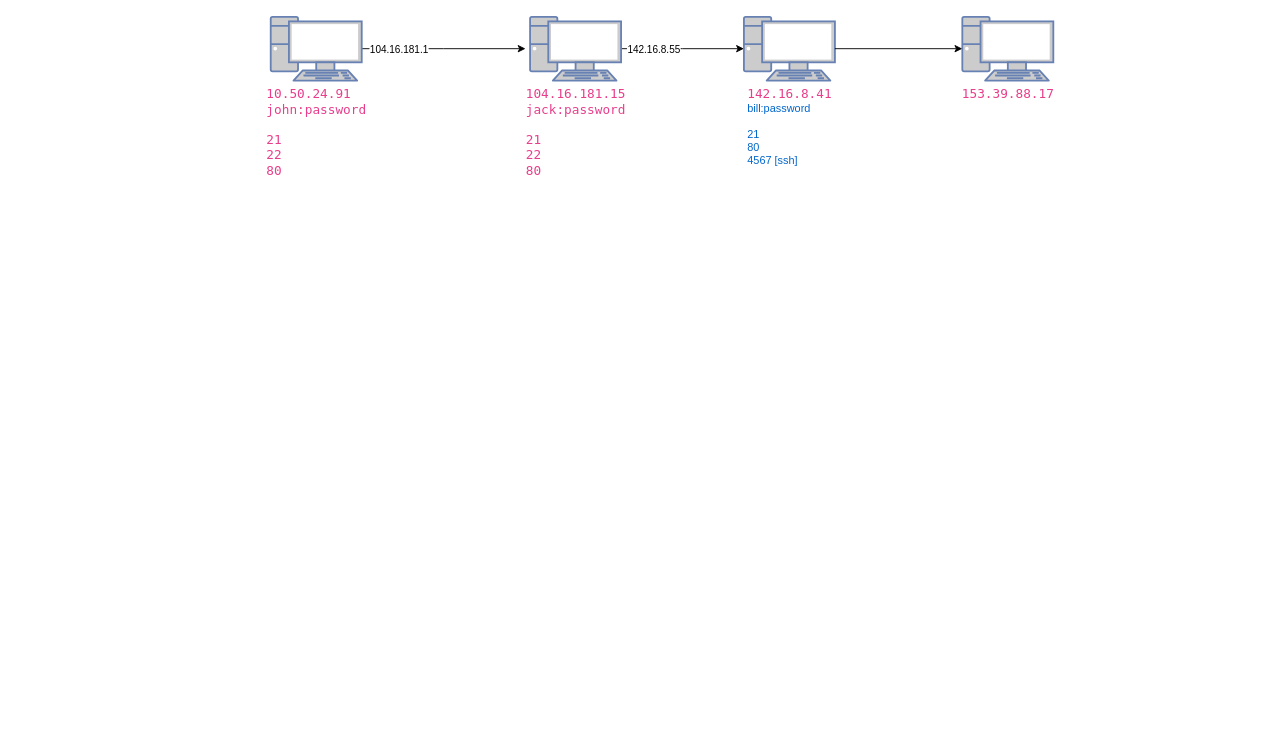
The draw.io diagram CCTC/NET/Untitled Diagram.drawio in wifi96h/new, before the edit. Source tidied: cells renumbered, new cells numbered last; positions are measured from the earlier drawing's top-left corner, leaving out a move shared by most shapes. Both pictures are drawn from the tidied source at 91%, with x=0, y=0 at pixel (270, 16).
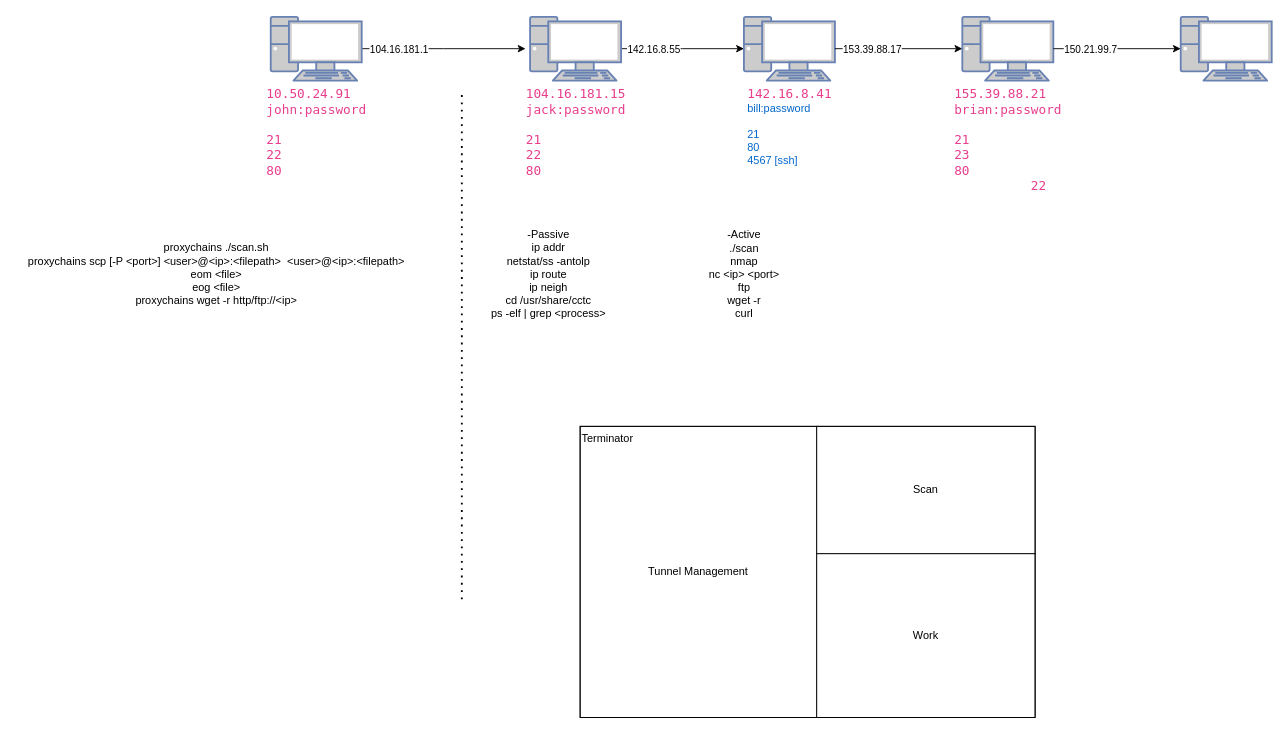
After the change.

Unchanged cells that the change refers to:
```xml
<mxCell id="10" style="edgeStyle=orthogonalEdgeStyle;rounded=0;jettySize=auto;html=1;exitX=1;exitY=0.5;exitDx=0;exitDy=0;exitPerimeter=0;entryX=0;entryY=0.5;entryDx=0;entryDy=0;entryPerimeter=0;" parent="1" edge="1" source="8" target="9">
  <mxGeometry relative="1" as="geometry" />
</mxCell>
```

Diff of the diagram source:
```diff
@@
-    <mxCell id="9" value="&lt;div style=&quot;text-align: start;&quot;&gt;&lt;font face=&quot;SFMono-Regular, Menlo, Monaco, Consolas, Liberation Mono, Courier New, monospace&quot; color=&quot;#e83e8c&quot;&gt;&lt;span style=&quot;font-size: 14px; text-wrap: wrap;&quot;&gt;153.39.88.17&lt;/span&gt;&lt;/font&gt;&lt;/div&gt;" style="fontColor=#0066CC;verticalAlign=top;verticalLabelPosition=bottom;labelPosition=center;align=center;html=1;outlineConnect=0;fillColor=#CCCCCC;strokeColor=#6881B3;gradientColor=none;gradientDirection=north;strokeWidth=2;shape=mxgraph.networks.pc;" parent="1" vertex="1">
+    <mxCell id="9" value="&lt;div style=&quot;text-align: start;&quot;&gt;&lt;font face=&quot;SFMono-Regular, Menlo, Monaco, Consolas, Liberation Mono, Courier New, monospace&quot; color=&quot;#e83e8c&quot;&gt;&lt;span style=&quot;font-size: 14px; text-wrap: wrap;&quot;&gt;155.39.88.21&lt;/span&gt;&lt;/font&gt;&lt;/div&gt;&lt;div style=&quot;text-align: start;&quot;&gt;&lt;font face=&quot;SFMono-Regular, Menlo, Monaco, Consolas, Liberation Mono, Courier New, monospace&quot; color=&quot;#e83e8c&quot;&gt;&lt;span style=&quot;font-size: 14px; text-wrap: wrap;&quot;&gt;brian:password&lt;/span&gt;&lt;/font&gt;&lt;/div&gt;&lt;div style=&quot;text-align: start;&quot;&gt;&lt;font face=&quot;SFMono-Regular, Menlo, Monaco, Consolas, Liberation Mono, Courier New, monospace&quot; color=&quot;#e83e8c&quot;&gt;&lt;span style=&quot;font-size: 14px; text-wrap: wrap;&quot;&gt;&lt;br&gt;&lt;/span&gt;&lt;/font&gt;&lt;/div&gt;&lt;div style=&quot;text-align: start;&quot;&gt;&lt;font face=&quot;SFMono-Regular, Menlo, Monaco, Consolas, Liberation Mono, Courier New, monospace&quot; color=&quot;#e83e8c&quot;&gt;&lt;span style=&quot;font-size: 14px; text-wrap: wrap;&quot;&gt;21&lt;/span&gt;&lt;/font&gt;&lt;/div&gt;&lt;div style=&quot;text-align: start;&quot;&gt;&lt;font face=&quot;SFMono-Regular, Menlo, Monaco, Consolas, Liberation Mono, Courier New, monospace&quot; color=&quot;#e83e8c&quot;&gt;&lt;span style=&quot;font-size: 14px; text-wrap: wrap;&quot;&gt;23&lt;/span&gt;&lt;/font&gt;&lt;/div&gt;&lt;div style=&quot;text-align: start;&quot;&gt;&lt;font face=&quot;SFMono-Regular, Menlo, Monaco, Consolas, Liberation Mono, Courier New, monospace&quot; color=&quot;#e83e8c&quot;&gt;&lt;span style=&quot;font-size: 14px; text-wrap: wrap;&quot;&gt;80&lt;/span&gt;&lt;/font&gt;&lt;/div&gt;&lt;div style=&quot;text-align: start;&quot;&gt;&lt;font face=&quot;SFMono-Regular, Menlo, Monaco, Consolas, Liberation Mono, Courier New, monospace&quot; color=&quot;#e83e8c&quot;&gt;&lt;span style=&quot;font-size: 14px; text-wrap: wrap;&quot;&gt;&amp;nbsp; &amp;nbsp; &amp;nbsp; &amp;nbsp; &amp;nbsp; 22&lt;/span&gt;&lt;/font&gt;&lt;/div&gt;" style="fontColor=#0066CC;verticalAlign=top;verticalLabelPosition=bottom;labelPosition=center;align=center;html=1;outlineConnect=0;fillColor=#CCCCCC;strokeColor=#6881B3;gradientColor=none;gradientDirection=north;strokeWidth=2;shape=mxgraph.networks.pc;" parent="1" vertex="1">
       <mxGeometry x="760" width="100" height="70" as="geometry" />
     </mxCell>
@@
+    <mxCell id="11" value="153.39.88.17" style="edgeLabel;html=1;align=center;verticalAlign=middle;" parent="10" vertex="1">
+      <mxGeometry x="-0.8" y="-1" relative="1" as="geometry">
+        <mxPoint x="26" y="-1" as="offset" />
+      </mxGeometry>
+    </mxCell>
+    <mxCell id="12" value="proxychains ./scan.sh&lt;div&gt;proxychains scp [-P &amp;lt;port&amp;gt;] &amp;lt;user&amp;gt;@&amp;lt;ip&amp;gt;:&amp;lt;filepath&amp;gt;&amp;nbsp; &amp;lt;user&amp;gt;@&amp;lt;ip&amp;gt;:&amp;lt;filepath&amp;gt;&lt;/div&gt;&lt;div&gt;eom &amp;lt;file&amp;gt;&lt;/div&gt;&lt;div&gt;eog &amp;lt;file&amp;gt;&lt;/div&gt;&lt;div&gt;proxychains wget -r http/ftp://&amp;lt;ip&amp;gt;&lt;/div&gt;&lt;div&gt;&lt;br&gt;&lt;/div&gt;" style="text;html=1;align=center;verticalAlign=middle;strokeColor=none;fillColor=none;" parent="1" vertex="1">
+      <mxGeometry x="-280" y="240" width="440" height="100" as="geometry" />
+    </mxCell>
+    <mxCell id="13" style="endArrow=none;dashed=1;html=1;dashPattern=1 3;strokeWidth=2;rounded=0;" parent="1" edge="1">
+      <mxGeometry relative="1" as="geometry">
+        <mxPoint x="210" y="640" as="sourcePoint" />
+        <mxPoint x="210" y="80" as="targetPoint" />
+      </mxGeometry>
+    </mxCell>
+    <mxCell id="14" value="-Passive&lt;div&gt;ip addr&lt;/div&gt;&lt;div&gt;netstat/ss -antolp&lt;/div&gt;&lt;div&gt;ip route&lt;/div&gt;&lt;div&gt;ip neigh&lt;/div&gt;&lt;div&gt;cd /usr/share/cctc&lt;/div&gt;&lt;div&gt;ps -elf | grep &amp;lt;process&amp;gt;&lt;/div&gt;&lt;div&gt;&lt;br&gt;&lt;/div&gt;" style="text;html=1;align=center;verticalAlign=middle;strokeColor=none;fillColor=none;" parent="1" vertex="1">
+      <mxGeometry x="230" y="225" width="150" height="130" as="geometry" />
+    </mxCell>
+    <mxCell id="15" value="-Active&lt;div&gt;./scan&lt;/div&gt;&lt;div&gt;nmap&lt;/div&gt;&lt;div&gt;nc &amp;lt;ip&amp;gt; &amp;lt;port&amp;gt;&lt;/div&gt;&lt;div&gt;ftp&lt;/div&gt;&lt;div&gt;wget -r&lt;/div&gt;&lt;div&gt;curl&lt;/div&gt;" style="text;html=1;align=center;verticalAlign=middle;strokeColor=none;fillColor=none;" parent="1" vertex="1">
+      <mxGeometry x="470" y="228" width="100" height="110" as="geometry" />
+    </mxCell>
+    <mxCell id="16" value="&lt;div style=&quot;text-align: start;&quot;&gt;&lt;br&gt;&lt;/div&gt;" style="fontColor=#0066CC;verticalAlign=top;verticalLabelPosition=bottom;labelPosition=center;align=center;html=1;outlineConnect=0;fillColor=#CCCCCC;strokeColor=#6881B3;gradientColor=none;gradientDirection=north;strokeWidth=2;shape=mxgraph.networks.pc;" parent="1" vertex="1">
+      <mxGeometry x="1000" width="100" height="70" as="geometry" />
+    </mxCell>
+    <mxCell id="17" style="edgeStyle=orthogonalEdgeStyle;rounded=0;jettySize=auto;html=1;exitX=1;exitY=0.5;exitDx=0;exitDy=0;exitPerimeter=0;entryX=0;entryY=0.5;entryDx=0;entryDy=0;entryPerimeter=0;" parent="1" edge="1" source="9" target="16">
+      <mxGeometry relative="1" as="geometry" />
+    </mxCell>
+    <mxCell id="18" value="150.21.99.7" style="edgeLabel;html=1;align=center;verticalAlign=middle;" parent="17" vertex="1">
+      <mxGeometry x="-0.76" y="1" relative="1" as="geometry">
+        <mxPoint x="23" y="1" as="offset" />
+      </mxGeometry>
+    </mxCell>
+    <mxCell id="19" value="Tunnel Management" style="whiteSpace=wrap;html=1;" parent="1" vertex="1">
+      <mxGeometry x="340" y="450" width="260" height="320" as="geometry" />
+    </mxCell>
+    <mxCell id="20" value="Scan" style="whiteSpace=wrap;html=1;" parent="1" vertex="1">
+      <mxGeometry x="600" y="450" width="240" height="140" as="geometry" />
+    </mxCell>
+    <mxCell id="21" value="Work" style="whiteSpace=wrap;html=1;" parent="1" vertex="1">
+      <mxGeometry x="600" y="590" width="240" height="180" as="geometry" />
+    </mxCell>
+    <mxCell id="22" value="Terminator" style="whiteSpace=wrap;html=1;verticalAlign=top;fillColor=none;align=left;" parent="1" vertex="1">
+      <mxGeometry x="340" y="450" width="500" height="320" as="geometry" />
+    </mxCell>
```
